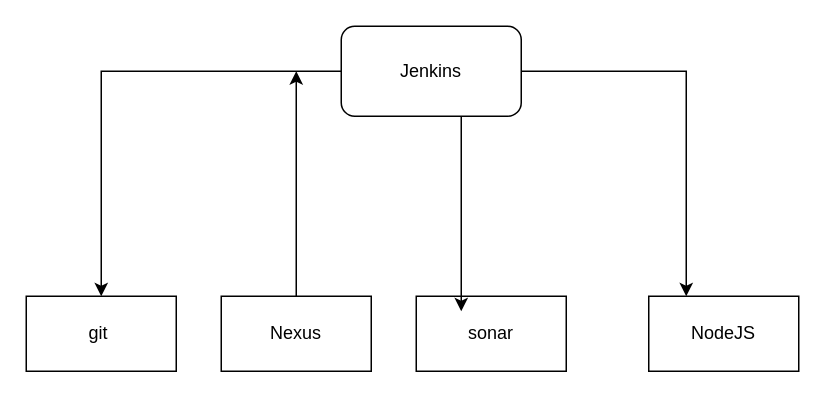
Earlier version of the draw.io diagram Jenkins.drawio (Raidi13/diagrams). Source tidied: cells renumbered, new cells numbered last; positions are measured from the earlier drawing's top-left corner, leaving out a move shared by most shapes. Both pictures are drawn from the tidied source at 150%, with x=0, y=0 at pixel (26, 26).
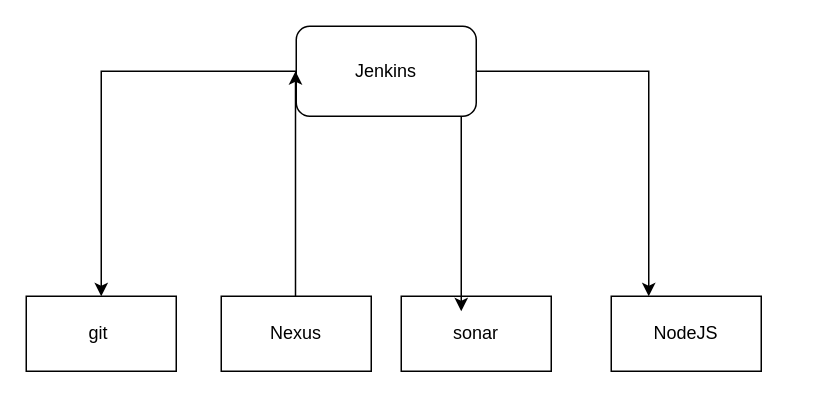
After the change.

The edit, as a diff of the source:
```diff
@@
 <mxGraphModel>
   <root>
     <mxCell id="0" />
     <mxCell id="1" parent="0" />
     <mxCell id="2" style="edgeStyle=orthogonalEdgeStyle;rounded=0;jettySize=auto;html=1;entryX=0.5;entryY=0;entryDx=0;entryDy=0;" parent="1" edge="1" source="4" target="5">
       <mxGeometry relative="1" as="geometry">
         <Array as="points">
           <mxPoint x="50" y="30" />
         </Array>
       </mxGeometry>
     </mxCell>
     <mxCell id="3" style="edgeStyle=orthogonalEdgeStyle;rounded=0;jettySize=auto;html=1;entryX=0.25;entryY=0;entryDx=0;entryDy=0;" parent="1" edge="1" source="4" target="8">
       <mxGeometry relative="1" as="geometry" />
     </mxCell>
     <mxCell id="4" value="Jenkins" style="rounded=1;whiteSpace=wrap;html=1;" parent="1" vertex="1">
-      <mxGeometry x="210" width="120" height="60" as="geometry" />
+      <mxGeometry x="180" width="120" height="60" as="geometry" />
     </mxCell>
     <mxCell id="5" value="git&amp;nbsp;" style="rounded=0;whiteSpace=wrap;html=1;" parent="1" vertex="1">
       <mxGeometry y="180" width="100" height="50" as="geometry" />
     </mxCell>
-    <mxCell id="6" style="edgeStyle=orthogonalEdgeStyle;rounded=0;jettySize=auto;html=1;" parent="1" edge="1" source="7">
+    <mxCell id="6" style="edgeStyle=orthogonalEdgeStyle;rounded=0;orthogonalLoop=1;jettySize=auto;html=1;" parent="1" edge="1">
       <mxGeometry relative="1" as="geometry">
-        <mxPoint x="180" y="30" as="targetPoint" />
+        <mxPoint x="179.5" y="180" as="sourcePoint" />
+        <mxPoint x="179.5" y="30" as="targetPoint" />
       </mxGeometry>
     </mxCell>
     <mxCell id="7" value="Nexus" style="rounded=0;whiteSpace=wrap;html=1;" parent="1" vertex="1">
       <mxGeometry x="130" y="180" width="100" height="50" as="geometry" />
     </mxCell>
     <mxCell id="8" value="NodeJS" style="rounded=0;whiteSpace=wrap;html=1;" parent="1" vertex="1">
-      <mxGeometry x="415" y="180" width="100" height="50" as="geometry" />
+      <mxGeometry x="390" y="180" width="100" height="50" as="geometry" />
     </mxCell>
     <mxCell id="9" value="sonar" style="rounded=0;whiteSpace=wrap;html=1;" parent="1" vertex="1">
-      <mxGeometry x="260" y="180" width="100" height="50" as="geometry" />
+      <mxGeometry x="250" y="180" width="100" height="50" as="geometry" />
     </mxCell>
     <mxCell id="10" style="edgeStyle=orthogonalEdgeStyle;rounded=0;jettySize=auto;html=1;" parent="1" edge="1" source="4">
       <mxGeometry relative="1" as="geometry">
         <mxPoint x="290" y="190" as="targetPoint" />
         <Array as="points">
           <mxPoint x="290" y="190" />
         </Array>
       </mxGeometry>
     </mxCell>
   </root>
 </mxGraphModel>
```
